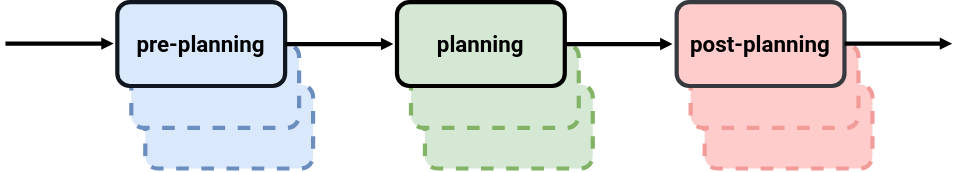
This is docs/schematic.svg from dorezyuk/gpp, a draw.io export, as it was before one commit. Source tidied: cells renumbered, new cells last; positions are measured from the earlier drawing's top-left corner, leaving out a move shared by most shapes.
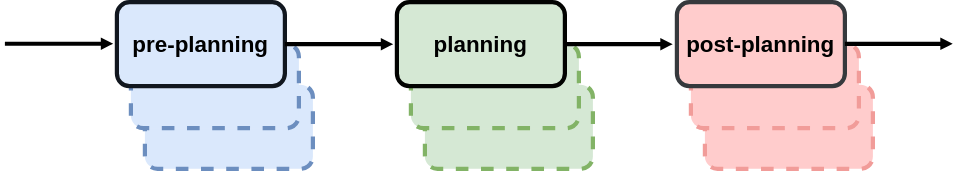
Above is the later version.

Diff of the diagram source:
```diff
@@ -17,22 +17,22 @@
     <mxCell id="6" style="rounded=1;whiteSpace=wrap;html=1;sketch=0;fillColor=#dae8fc;strokeColor=#6c8ebf;dashed=1;strokeWidth=3;" parent="1" vertex="1">
       <mxGeometry x="100" y="59" width="120" height="60" as="geometry" />
     </mxCell>
-    <mxCell id="7" value="&lt;font style=&quot;font-size: 16px&quot; face=&quot;Roboto&quot;&gt;planning&lt;/font&gt;" style="whiteSpace=wrap;html=1;rounded=1;fillColor=#d5e8d4;strokeWidth=3;fontStyle=1;fontSize=15;strokeColor=#020301;" parent="1" vertex="1">
+    <mxCell id="7" value="&lt;font style=&quot;font-size: 16px&quot;&gt;planning&lt;/font&gt;" style="whiteSpace=wrap;html=1;rounded=1;fillColor=#d5e8d4;strokeWidth=3;fontStyle=1;fontSize=15;strokeColor=#020301;fontFamily=Helvetica;" parent="1" vertex="1">
       <mxGeometry x="280" width="120" height="60" as="geometry" />
     </mxCell>
-    <mxCell id="8" value="&lt;font style=&quot;font-size: 16px&quot; face=&quot;Roboto&quot;&gt;post-planning&lt;/font&gt;" style="whiteSpace=wrap;html=1;rounded=1;fillColor=#ffcccc;strokeColor=#36393d;perimeterSpacing=3;strokeWidth=3;fontStyle=1;fontSize=15;" parent="1" vertex="1">
+    <mxCell id="8" value="&lt;font style=&quot;font-size: 16px&quot;&gt;post-planning&lt;/font&gt;" style="whiteSpace=wrap;html=1;rounded=1;fillColor=#ffcccc;strokeColor=#36393d;perimeterSpacing=3;strokeWidth=3;fontStyle=1;fontSize=15;fontFamily=Helvetica;" parent="1" vertex="1">
       <mxGeometry x="480" width="120" height="60" as="geometry" />
     </mxCell>
     <mxCell id="9" style="rounded=1;whiteSpace=wrap;html=1;fillColor=#dae8fc;strokeColor=#6c8ebf;glass=0;sketch=0;shadow=0;dashed=1;strokeWidth=3;" parent="1" vertex="1">
       <mxGeometry x="90" y="30" width="120" height="60" as="geometry" />
     </mxCell>
-    <mxCell id="10" value="&lt;font style=&quot;font-size: 16px&quot; face=&quot;Roboto&quot;&gt;pre-planning&lt;/font&gt;" style="rounded=1;whiteSpace=wrap;html=1;fillColor=#dae8fc;strokeWidth=3;fontStyle=1;fontSize=15;strokeColor=#11171F;" parent="1" vertex="1">
+    <mxCell id="10" value="&lt;font style=&quot;font-size: 16px&quot;&gt;pre-planning&lt;/font&gt;" style="rounded=1;whiteSpace=wrap;html=1;fillColor=#dae8fc;strokeWidth=3;fontStyle=1;fontSize=15;strokeColor=#11171F;fontFamily=Helvetica;" parent="1" vertex="1">
       <mxGeometry x="80" width="120" height="60" as="geometry" />
     </mxCell>
     <mxCell id="11" style="edgeStyle=orthogonalEdgeStyle;rounded=0;jettySize=auto;html=1;strokeWidth=3;endSize=1;entryX=0;entryY=0.5;entryDx=0;entryDy=0;endArrow=block;endFill=0;" parent="1" edge="1" source="7" target="8">
       <mxGeometry relative="1" as="geometry" />
     </mxCell>
-    <mxCell id="12" style="edgeStyle=orthogonalEdgeStyle;rounded=0;jettySize=auto;html=1;strokeWidth=3;endSize=1;entryX=-0.022;entryY=0.5;entryDx=0;entryDy=0;entryPerimeter=0;endArrow=block;endFill=0;" parent="1" edge="1" source="10" target="7">
+    <mxCell id="12" style="edgeStyle=orthogonalEdgeStyle;rounded=1;jettySize=auto;html=1;strokeWidth=3;endSize=1;entryX=-0.022;entryY=0.5;entryDx=0;entryDy=0;entryPerimeter=0;endArrow=block;endFill=0;" parent="1" edge="1" source="10" target="7">
       <mxGeometry relative="1" as="geometry" />
     </mxCell>
     <mxCell id="13" style="edgeStyle=orthogonalEdgeStyle;rounded=0;orthogonalLoop=1;jettySize=auto;html=1;strokeWidth=3;endSize=1;endArrow=block;endFill=0;" parent="1" edge="1">
```
